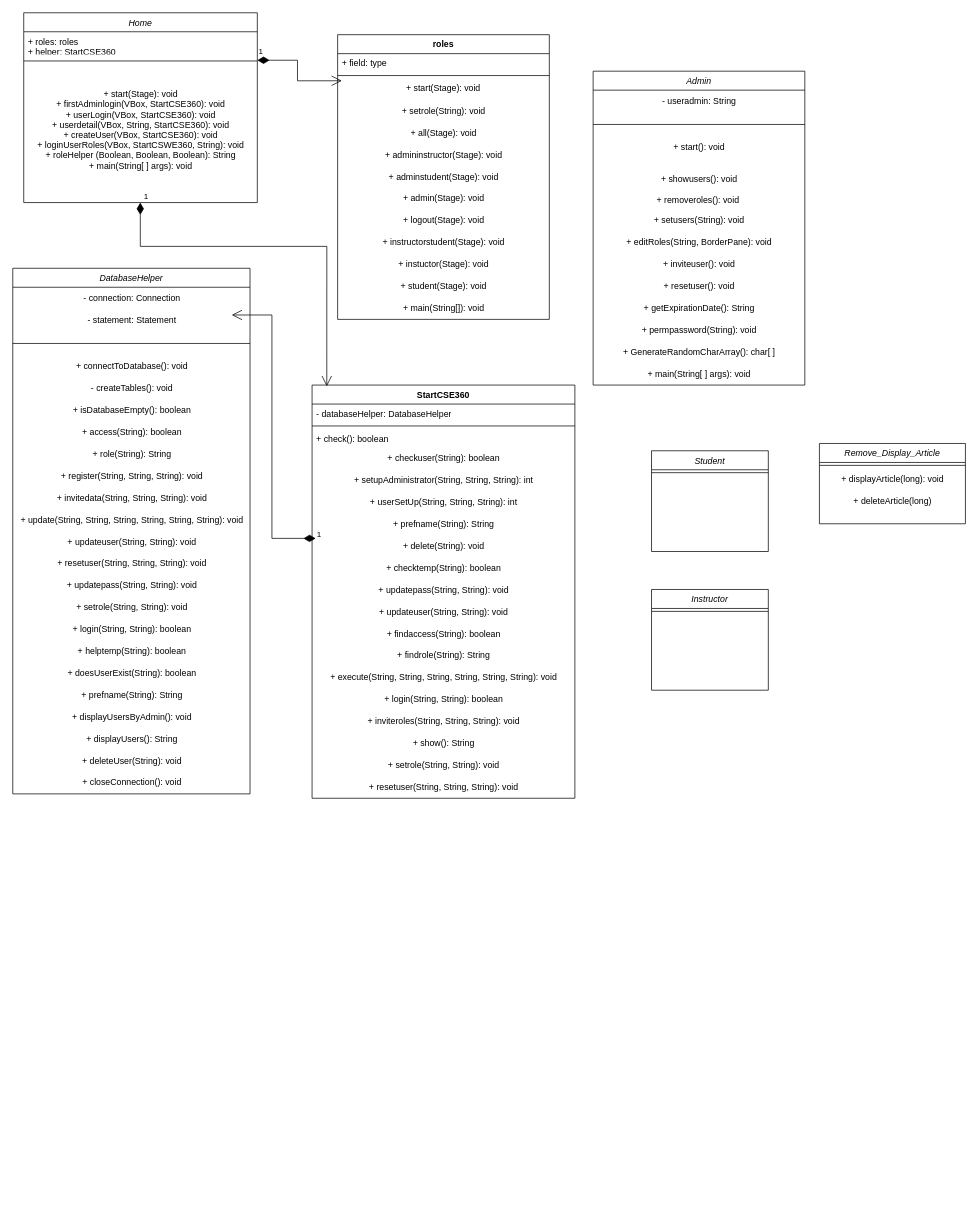
Before: UML Diagram.drawio in mnevi/CSE360Project, a draw.io diagram. Source tidied: cells renumbered, new cells numbered last; positions are measured from the earlier drawing's top-left corner, leaving out a move shared by most shapes. Both pictures are drawn from the tidied source at 73%, with x=0, y=0 at pixel (12, 12).
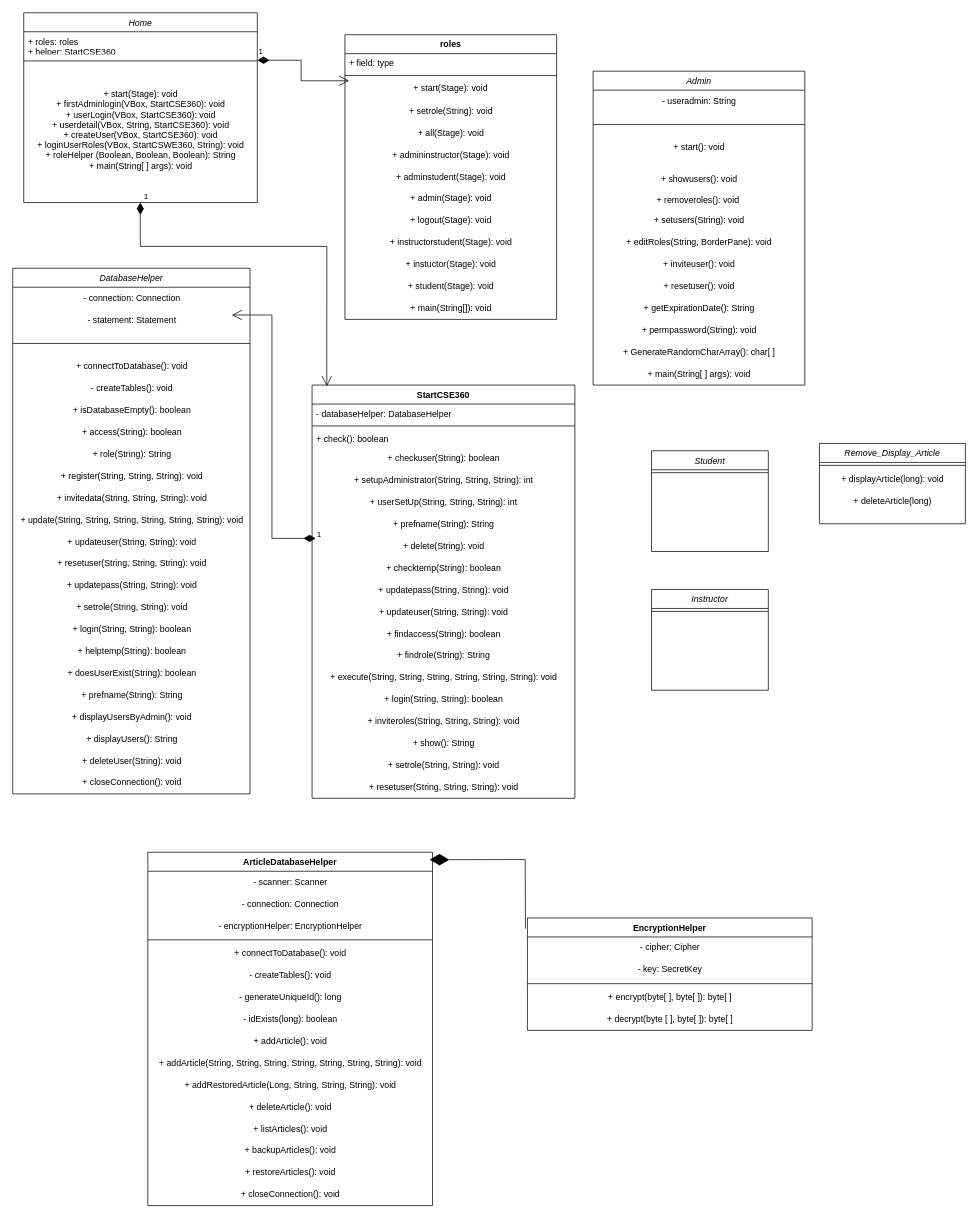
The same diagram, later.

Change to the diagram source:
```diff
@@
     <mxCell id="47" value="roles" style="swimlane;fontStyle=1;align=center;verticalAlign=top;horizontal=1;startSize=26;whiteSpace=wrap;html=1;" parent="1" vertex="1">
-      <mxGeometry x="445" y="30" width="290" height="390" as="geometry" />
+      <mxGeometry x="455" y="30" width="290" height="390" as="geometry" />
     </mxCell>
@@
+    <mxCell id="88" value="ArticleDatabaseHelper" style="swimlane;fontStyle=1;align=center;verticalAlign=top;horizontal=1;startSize=26;whiteSpace=wrap;html=1;" parent="1" vertex="1">
+      <mxGeometry x="185" y="1150" width="390" height="484" as="geometry" />
+    </mxCell>
+    <mxCell id="89" value="- scanner: Scanner" style="text;html=1;align=center;verticalAlign=middle;strokeColor=none;fillColor=none;" parent="88" vertex="1">
+      <mxGeometry y="26" width="390" height="30" as="geometry" />
+    </mxCell>
+    <mxCell id="90" value="- connection: Connection" style="text;html=1;align=center;verticalAlign=middle;strokeColor=none;fillColor=none;" parent="88" vertex="1">
+      <mxGeometry y="56" width="390" height="30" as="geometry" />
+    </mxCell>
+    <mxCell id="91" value="- encryptionHelper: EncryptionHelper" style="text;html=1;align=center;verticalAlign=middle;strokeColor=none;fillColor=none;" parent="88" vertex="1">
+      <mxGeometry y="86" width="390" height="30" as="geometry" />
+    </mxCell>
+    <mxCell id="92" style="line;strokeWidth=1;fillColor=none;align=left;verticalAlign=middle;spacingTop=-1;spacingLeft=3;spacingRight=3;labelPosition=right;strokeColor=inherit;" parent="88" vertex="1">
+      <mxGeometry y="116" width="390" height="8" as="geometry" />
+    </mxCell>
+    <mxCell id="93" value="+ connectToDatabase(): void" style="text;html=1;align=center;verticalAlign=middle;strokeColor=none;fillColor=none;" parent="88" vertex="1">
+      <mxGeometry y="124" width="390" height="30" as="geometry" />
+    </mxCell>
+    <mxCell id="94" value="- createTables(): void" style="text;html=1;align=center;verticalAlign=middle;strokeColor=none;fillColor=none;" parent="88" vertex="1">
+      <mxGeometry y="154" width="390" height="30" as="geometry" />
+    </mxCell>
+    <mxCell id="95" value="- generateUniqueId(): long" style="text;html=1;align=center;verticalAlign=middle;strokeColor=none;fillColor=none;" parent="88" vertex="1">
+      <mxGeometry y="184" width="390" height="30" as="geometry" />
+    </mxCell>
+    <mxCell id="96" value="- idExists(long): boolean" style="text;html=1;align=center;verticalAlign=middle;strokeColor=none;fillColor=none;" parent="88" vertex="1">
+      <mxGeometry y="214" width="390" height="30" as="geometry" />
+    </mxCell>
+    <mxCell id="97" value="+ addArticle(): void" style="text;html=1;align=center;verticalAlign=middle;strokeColor=none;fillColor=none;" parent="88" vertex="1">
+      <mxGeometry y="244" width="390" height="30" as="geometry" />
+    </mxCell>
+    <mxCell id="98" value="+ addArticle(String, String, String, String, String, String, String): void" style="text;html=1;align=center;verticalAlign=middle;strokeColor=none;fillColor=none;" parent="88" vertex="1">
+      <mxGeometry y="274" width="390" height="30" as="geometry" />
+    </mxCell>
+    <mxCell id="99" value="+ addRestoredArticle(Long, String, String, String): void" style="text;html=1;align=center;verticalAlign=middle;strokeColor=none;fillColor=none;" parent="88" vertex="1">
+      <mxGeometry y="304" width="390" height="30" as="geometry" />
+    </mxCell>
+    <mxCell id="100" value="+ deleteArticle(): void" style="text;html=1;align=center;verticalAlign=middle;strokeColor=none;fillColor=none;" parent="88" vertex="1">
+      <mxGeometry y="334" width="390" height="30" as="geometry" />
+    </mxCell>
+    <mxCell id="101" value="+ listArticles(): void" style="text;html=1;align=center;verticalAlign=middle;strokeColor=none;fillColor=none;" parent="88" vertex="1">
+      <mxGeometry y="364" width="390" height="30" as="geometry" />
+    </mxCell>
+    <mxCell id="102" value="+ backupArticles(): void" style="text;html=1;align=center;verticalAlign=middle;strokeColor=none;fillColor=none;" parent="88" vertex="1">
+      <mxGeometry y="394" width="390" height="30" as="geometry" />
+    </mxCell>
+    <mxCell id="103" value="+ restoreArticles(): void" style="text;html=1;align=center;verticalAlign=middle;strokeColor=none;fillColor=none;" parent="88" vertex="1">
+      <mxGeometry y="424" width="390" height="30" as="geometry" />
+    </mxCell>
+    <mxCell id="104" value="+ closeConnection(): void" style="text;html=1;align=center;verticalAlign=middle;strokeColor=none;fillColor=none;" parent="88" vertex="1">
+      <mxGeometry y="454" width="390" height="30" as="geometry" />
+    </mxCell>
+    <mxCell id="105" value="EncryptionHelper" style="swimlane;fontStyle=1;align=center;verticalAlign=top;horizontal=1;startSize=26;whiteSpace=wrap;html=1;" parent="1" vertex="1">
+      <mxGeometry x="705" y="1240" width="390" height="154" as="geometry" />
+    </mxCell>
+    <mxCell id="106" value="- cipher: Cipher" style="text;html=1;align=center;verticalAlign=middle;strokeColor=none;fillColor=none;" parent="105" vertex="1">
+      <mxGeometry y="26" width="390" height="30" as="geometry" />
+    </mxCell>
+    <mxCell id="107" value="- key: SecretKey" style="text;html=1;align=center;verticalAlign=middle;strokeColor=none;fillColor=none;" parent="105" vertex="1">
+      <mxGeometry y="56" width="390" height="30" as="geometry" />
+    </mxCell>
+    <mxCell id="108" style="line;strokeWidth=1;fillColor=none;align=left;verticalAlign=middle;spacingTop=-1;spacingLeft=3;spacingRight=3;labelPosition=right;strokeColor=inherit;" parent="105" vertex="1">
+      <mxGeometry y="86" width="390" height="8" as="geometry" />
+    </mxCell>
+    <mxCell id="109" value="+ encrypt(byte[ ], byte[ ]): byte[ ]" style="text;html=1;align=center;verticalAlign=middle;strokeColor=none;fillColor=none;" parent="105" vertex="1">
+      <mxGeometry y="94" width="390" height="30" as="geometry" />
+    </mxCell>
+    <mxCell id="110" value="+ decrypt(byte [ ], byte[ ]): byte[ ]" style="text;html=1;align=center;verticalAlign=middle;strokeColor=none;fillColor=none;" parent="105" vertex="1">
+      <mxGeometry y="124" width="390" height="30" as="geometry" />
+    </mxCell>
+    <mxCell id="111" style="endArrow=diamondThin;endFill=1;endSize=24;html=1;rounded=0;entryX=0.99;entryY=0.021;entryDx=0;entryDy=0;entryPerimeter=0;exitX=-0.007;exitY=0.095;exitDx=0;exitDy=0;exitPerimeter=0;" parent="1" edge="1" source="105" target="88">
+      <mxGeometry relative="1" as="geometry">
+        <Array as="points">
+          <mxPoint x="702" y="1160" />
+        </Array>
+      </mxGeometry>
+    </mxCell>
```
